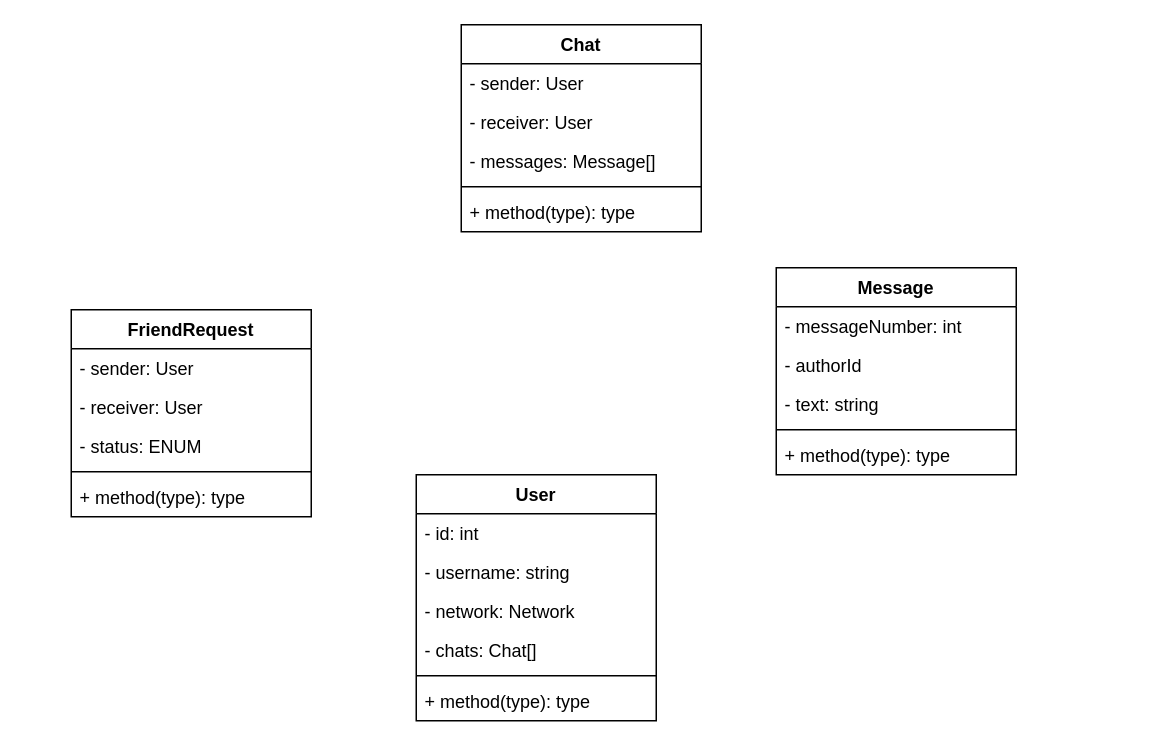
Above: page "Class Diagram (User, messages, friends)" (2 of 2) of diagrams/User_db_class.drawio in riv4lz/riv4lz-backend (draw.io), before the change. Source tidied: cells renumbered, new cells numbered last; positions are measured from the earlier drawing's top-left corner, leaving out a move shared by most shapes. Both pictures are drawn from the tidied source at 150%, with x=0, y=0 at pixel (70, 24).
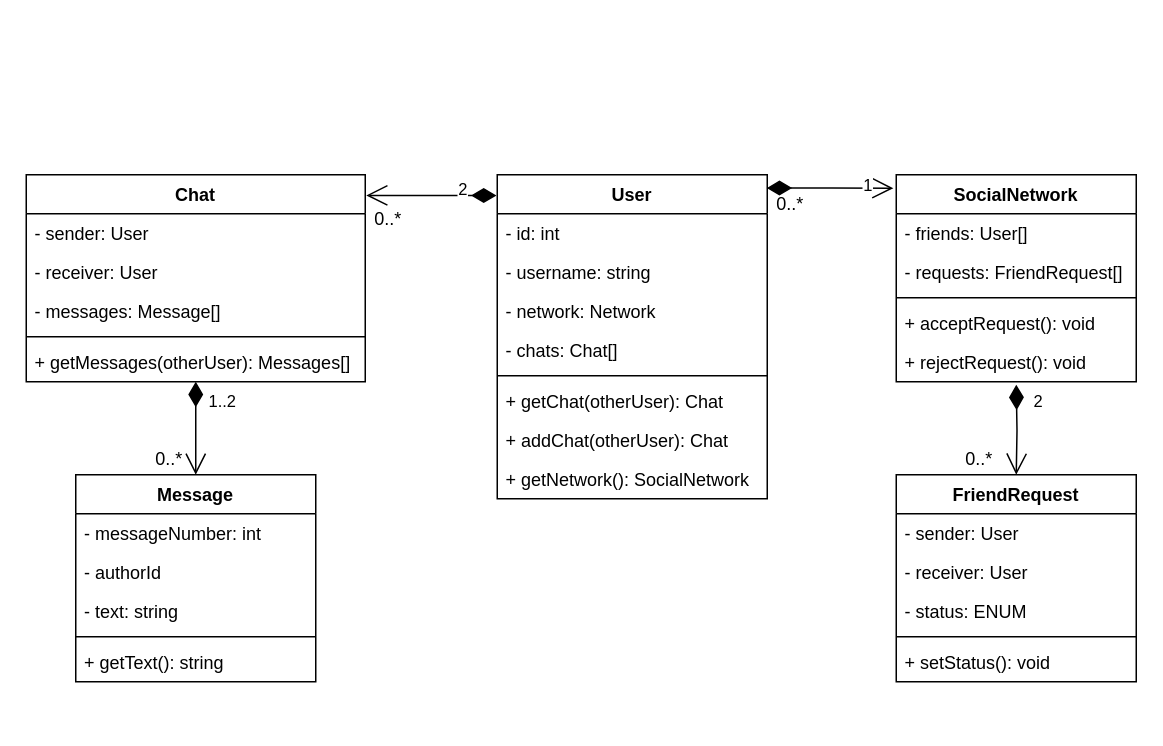
Above is the later version.

What changed in the source:
```diff
@@
     <mxCell id="2" value="User" style="swimlane;fontStyle=1;align=center;verticalAlign=top;horizontal=1;startSize=26;" parent="1" vertex="1">
-      <mxGeometry x="230" y="300" width="160" height="164" as="geometry" />
+      <mxGeometry x="284" y="100" width="180" height="216" as="geometry" />
     </mxCell>
     <mxCell id="3" value="- id: int&#10;" style="text;strokeColor=none;fillColor=none;align=left;verticalAlign=top;spacingLeft=4;spacingRight=4;overflow=hidden;" parent="2" vertex="1">
-      <mxGeometry y="26" width="160" height="26" as="geometry" />
+      <mxGeometry y="26" width="180" height="26" as="geometry" />
     </mxCell>
     <mxCell id="4" value="- username: string" style="text;strokeColor=none;fillColor=none;align=left;verticalAlign=top;spacingLeft=4;spacingRight=4;overflow=hidden;" parent="2" vertex="1">
-      <mxGeometry y="52" width="160" height="26" as="geometry" />
+      <mxGeometry y="52" width="180" height="26" as="geometry" />
     </mxCell>
     <mxCell id="5" value="- network: Network" style="text;strokeColor=none;fillColor=none;align=left;verticalAlign=top;spacingLeft=4;spacingRight=4;overflow=hidden;" parent="2" vertex="1">
-      <mxGeometry y="78" width="160" height="26" as="geometry" />
+      <mxGeometry y="78" width="180" height="26" as="geometry" />
     </mxCell>
     <mxCell id="6" value="- chats: Chat[]" style="text;strokeColor=none;fillColor=none;align=left;verticalAlign=top;spacingLeft=4;spacingRight=4;overflow=hidden;" parent="2" vertex="1">
-      <mxGeometry y="104" width="160" height="26" as="geometry" />
+      <mxGeometry y="104" width="180" height="26" as="geometry" />
     </mxCell>
     <mxCell id="7" style="line;strokeWidth=1;fillColor=none;align=left;verticalAlign=middle;spacingTop=-1;spacingLeft=3;spacingRight=3;labelPosition=right;" parent="2" vertex="1">
-      <mxGeometry y="130" width="160" height="8" as="geometry" />
+      <mxGeometry y="130" width="180" height="8" as="geometry" />
     </mxCell>
-    <mxCell id="8" value="+ method(type): type" style="text;strokeColor=none;fillColor=none;align=left;verticalAlign=top;spacingLeft=4;spacingRight=4;overflow=hidden;" parent="2" vertex="1">
-      <mxGeometry y="138" width="160" height="26" as="geometry" />
+    <mxCell id="8" value="+ getChat(otherUser): Chat" style="text;strokeColor=none;fillColor=none;align=left;verticalAlign=top;spacingLeft=4;spacingRight=4;overflow=hidden;" parent="2" vertex="1">
+      <mxGeometry y="138" width="180" height="26" as="geometry" />
     </mxCell>
+    <mxCell id="27" value="+ addChat(otherUser): Chat" style="text;strokeColor=none;fillColor=none;align=left;verticalAlign=top;spacingLeft=4;spacingRight=4;overflow=hidden;" parent="2" vertex="1">
+      <mxGeometry y="164" width="180" height="26" as="geometry" />
+    </mxCell>
+    <mxCell id="28" value="+ getNetwork(): SocialNetwork" style="text;strokeColor=none;fillColor=none;align=left;verticalAlign=top;spacingLeft=4;spacingRight=4;overflow=hidden;" parent="2" vertex="1">
+      <mxGeometry y="190" width="180" height="26" as="geometry" />
+    </mxCell>
     <mxCell id="9" value="FriendRequest" style="swimlane;fontStyle=1;align=center;verticalAlign=top;horizontal=1;startSize=26;" parent="1" vertex="1">
-      <mxGeometry y="190" width="160" height="138" as="geometry" />
+      <mxGeometry x="550" y="300" width="160" height="138" as="geometry" />
     </mxCell>
@@
-    <mxCell id="14" value="+ method(type): type" style="text;strokeColor=none;fillColor=none;align=left;verticalAlign=top;spacingLeft=4;spacingRight=4;overflow=hidden;" parent="9" vertex="1">
+    <mxCell id="14" value="+ setStatus(): void" style="text;strokeColor=none;fillColor=none;align=left;verticalAlign=top;spacingLeft=4;spacingRight=4;overflow=hidden;" parent="9" vertex="1">
       <mxGeometry y="112" width="160" height="26" as="geometry" />
     </mxCell>
     <mxCell id="15" value="Chat" style="swimlane;fontStyle=1;align=center;verticalAlign=top;horizontal=1;startSize=26;" parent="1" vertex="1">
-      <mxGeometry x="260" width="160" height="138" as="geometry" />
+      <mxGeometry x="-30" y="100" width="226" height="138" as="geometry" />
     </mxCell>
     <mxCell id="16" value="- sender: User" style="text;strokeColor=none;fillColor=none;align=left;verticalAlign=top;spacingLeft=4;spacingRight=4;overflow=hidden;" parent="15" vertex="1">
-      <mxGeometry y="26" width="160" height="26" as="geometry" />
+      <mxGeometry y="26" width="226" height="26" as="geometry" />
     </mxCell>
     <mxCell id="17" value="- receiver: User" style="text;strokeColor=none;fillColor=none;align=left;verticalAlign=top;spacingLeft=4;spacingRight=4;overflow=hidden;" parent="15" vertex="1">
-      <mxGeometry y="52" width="160" height="26" as="geometry" />
+      <mxGeometry y="52" width="226" height="26" as="geometry" />
     </mxCell>
     <mxCell id="18" value="- messages: Message[]" style="text;strokeColor=none;fillColor=none;align=left;verticalAlign=top;spacingLeft=4;spacingRight=4;overflow=hidden;" parent="15" vertex="1">
-      <mxGeometry y="78" width="160" height="26" as="geometry" />
+      <mxGeometry y="78" width="226" height="26" as="geometry" />
     </mxCell>
     <mxCell id="19" style="line;strokeWidth=1;fillColor=none;align=left;verticalAlign=middle;spacingTop=-1;spacingLeft=3;spacingRight=3;labelPosition=right;" parent="15" vertex="1">
-      <mxGeometry y="104" width="160" height="8" as="geometry" />
+      <mxGeometry y="104" width="226" height="8" as="geometry" />
     </mxCell>
-    <mxCell id="20" value="+ method(type): type" style="text;strokeColor=none;fillColor=none;align=left;verticalAlign=top;spacingLeft=4;spacingRight=4;overflow=hidden;" parent="15" vertex="1">
-      <mxGeometry y="112" width="160" height="26" as="geometry" />
+    <mxCell id="20" value="+ getMessages(otherUser): Messages[]" style="text;strokeColor=none;fillColor=none;align=left;verticalAlign=top;spacingLeft=4;spacingRight=4;overflow=hidden;" parent="15" vertex="1">
+      <mxGeometry y="112" width="226" height="26" as="geometry" />
     </mxCell>
     <mxCell id="21" value="Message" style="swimlane;fontStyle=1;align=center;verticalAlign=top;horizontal=1;startSize=26;" parent="1" vertex="1">
-      <mxGeometry x="470" y="162" width="160" height="138" as="geometry" />
+      <mxGeometry x="3" y="300" width="160" height="138" as="geometry" />
     </mxCell>
@@
-    <mxCell id="26" value="+ method(type): type" style="text;strokeColor=none;fillColor=none;align=left;verticalAlign=top;spacingLeft=4;spacingRight=4;overflow=hidden;" parent="21" vertex="1">
+    <mxCell id="26" value="+ getText(): string" style="text;strokeColor=none;fillColor=none;align=left;verticalAlign=top;spacingLeft=4;spacingRight=4;overflow=hidden;" parent="21" vertex="1">
       <mxGeometry y="112" width="160" height="26" as="geometry" />
     </mxCell>
+    <mxCell id="29" value="SocialNetwork" style="swimlane;fontStyle=1;align=center;verticalAlign=top;horizontal=1;startSize=26;" parent="1" vertex="1">
+      <mxGeometry x="550" y="100" width="160" height="138" as="geometry" />
+    </mxCell>
+    <mxCell id="30" value="- friends: User[]" style="text;strokeColor=none;fillColor=none;align=left;verticalAlign=top;spacingLeft=4;spacingRight=4;overflow=hidden;" parent="29" vertex="1">
+      <mxGeometry y="26" width="160" height="26" as="geometry" />
+    </mxCell>
+    <mxCell id="31" value="- requests: FriendRequest[]" style="text;strokeColor=none;fillColor=none;align=left;verticalAlign=top;spacingLeft=4;spacingRight=4;overflow=hidden;" parent="29" vertex="1">
+      <mxGeometry y="52" width="160" height="26" as="geometry" />
+    </mxCell>
+    <mxCell id="32" style="line;strokeWidth=1;fillColor=none;align=left;verticalAlign=middle;spacingTop=-1;spacingLeft=3;spacingRight=3;labelPosition=right;" parent="29" vertex="1">
+      <mxGeometry y="78" width="160" height="8" as="geometry" />
+    </mxCell>
+    <mxCell id="33" value="+ acceptRequest(): void" style="text;strokeColor=none;fillColor=none;align=left;verticalAlign=top;spacingLeft=4;spacingRight=4;overflow=hidden;" parent="29" vertex="1">
+      <mxGeometry y="86" width="160" height="26" as="geometry" />
+    </mxCell>
+    <mxCell id="34" value="+ rejectRequest(): void" style="text;strokeColor=none;fillColor=none;align=left;verticalAlign=top;spacingLeft=4;spacingRight=4;overflow=hidden;" parent="29" vertex="1">
+      <mxGeometry y="112" width="160" height="26" as="geometry" />
+    </mxCell>
+    <mxCell id="35" style="endArrow=open;html=1;endSize=12;startArrow=diamondThin;startSize=14;startFill=1;edgeStyle=orthogonalEdgeStyle;align=left;verticalAlign=bottom;rounded=0;entryX=-0.012;entryY=0.065;entryDx=0;entryDy=0;entryPerimeter=0;exitX=0.998;exitY=0.041;exitDx=0;exitDy=0;exitPerimeter=0;" parent="1" edge="1" source="2" target="29">
+      <mxGeometry x="-1" y="3" relative="1" as="geometry" />
+    </mxCell>
+    <mxCell id="36" value="1" style="edgeLabel;html=1;align=center;verticalAlign=middle;" parent="35" vertex="1">
+      <mxGeometry x="0.63" y="2" relative="1" as="geometry">
+        <mxPoint x="-2" as="offset" />
+      </mxGeometry>
+    </mxCell>
+    <mxCell id="37" value="2" style="endArrow=open;html=1;endSize=12;startArrow=diamondThin;startSize=14;startFill=1;edgeStyle=orthogonalEdgeStyle;align=left;verticalAlign=bottom;rounded=0;entryX=0.5;entryY=0;entryDx=0;entryDy=0;" parent="1" edge="1" target="9">
+      <mxGeometry x="-0.33" y="10" relative="1" as="geometry">
+        <mxPoint x="630" y="240" as="sourcePoint" />
+      </mxGeometry>
+    </mxCell>
+    <mxCell id="38" value="0..*" style="text;html=1;align=center;verticalAlign=middle;strokeColor=none;fillColor=none;" parent="1" vertex="1">
+      <mxGeometry x="590" y="280" width="30" height="20" as="geometry" />
+    </mxCell>
+    <mxCell id="39" value="0..*" style="text;html=1;align=center;verticalAlign=middle;strokeColor=none;fillColor=none;" parent="1" vertex="1">
+      <mxGeometry x="464" y="110" width="30" height="20" as="geometry" />
+    </mxCell>
+    <mxCell id="40" style="endArrow=open;html=1;endSize=12;startArrow=diamondThin;startSize=14;startFill=1;edgeStyle=orthogonalEdgeStyle;align=left;verticalAlign=bottom;rounded=0;exitX=-0.003;exitY=0.064;exitDx=0;exitDy=0;exitPerimeter=0;entryX=1.003;entryY=0.1;entryDx=0;entryDy=0;entryPerimeter=0;" parent="1" edge="1" source="2" target="15">
+      <mxGeometry y="-84" relative="1" as="geometry" />
+    </mxCell>
+    <mxCell id="41" value="2" style="edgeLabel;html=1;align=center;verticalAlign=middle;" parent="40" vertex="1">
+      <mxGeometry x="-0.74" y="-15" relative="1" as="geometry">
+        <mxPoint x="-12" y="11" as="offset" />
+      </mxGeometry>
+    </mxCell>
+    <mxCell id="42" value="0..*" style="text;html=1;align=center;verticalAlign=middle;strokeColor=none;fillColor=none;" parent="1" vertex="1">
+      <mxGeometry x="196" y="120" width="30" height="20" as="geometry" />
+    </mxCell>
+    <mxCell id="43" value="1..2" style="endArrow=open;html=1;endSize=12;startArrow=diamondThin;startSize=14;startFill=1;edgeStyle=orthogonalEdgeStyle;align=left;verticalAlign=bottom;rounded=0;entryX=0.5;entryY=0;entryDx=0;entryDy=0;exitX=0.5;exitY=1;exitDx=0;exitDy=0;" parent="1" edge="1" source="15" target="21">
+      <mxGeometry x="-0.29" y="7" relative="1" as="geometry">
+        <Array as="points">
+          <mxPoint x="83" y="260" />
+          <mxPoint x="83" y="260" />
+        </Array>
+      </mxGeometry>
+    </mxCell>
+    <mxCell id="44" value="0..*" style="text;html=1;align=center;verticalAlign=middle;strokeColor=none;fillColor=none;" parent="1" vertex="1">
+      <mxGeometry x="50" y="280" width="30" height="20" as="geometry" />
+    </mxCell>
```
